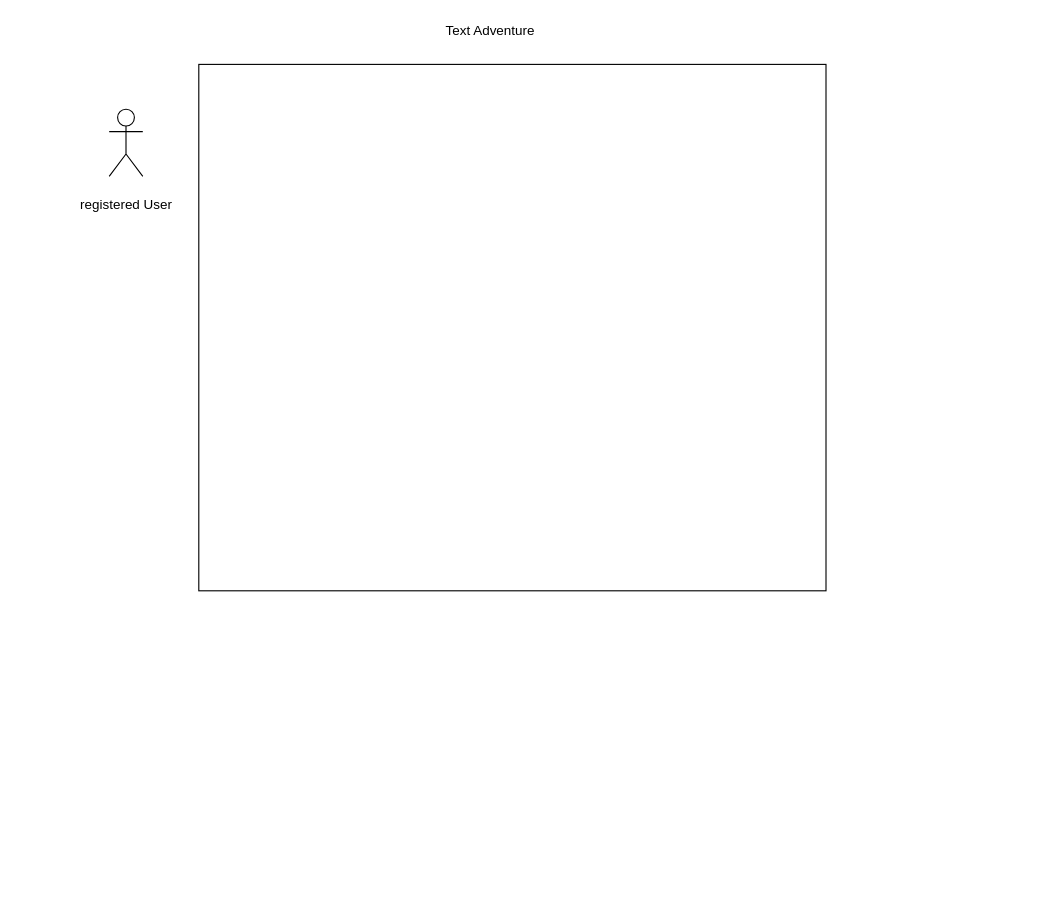
Above: TextAdventureUseCase.drawio in sailerco/SoftwareDesign (draw.io), before the change. Source tidied: cells renumbered, new cells numbered last; positions are measured from the earlier drawing's top-left corner, leaving out a move shared by most shapes. Both pictures are drawn from the tidied source at 112%, with x=0, y=0 at pixel (109, 19).
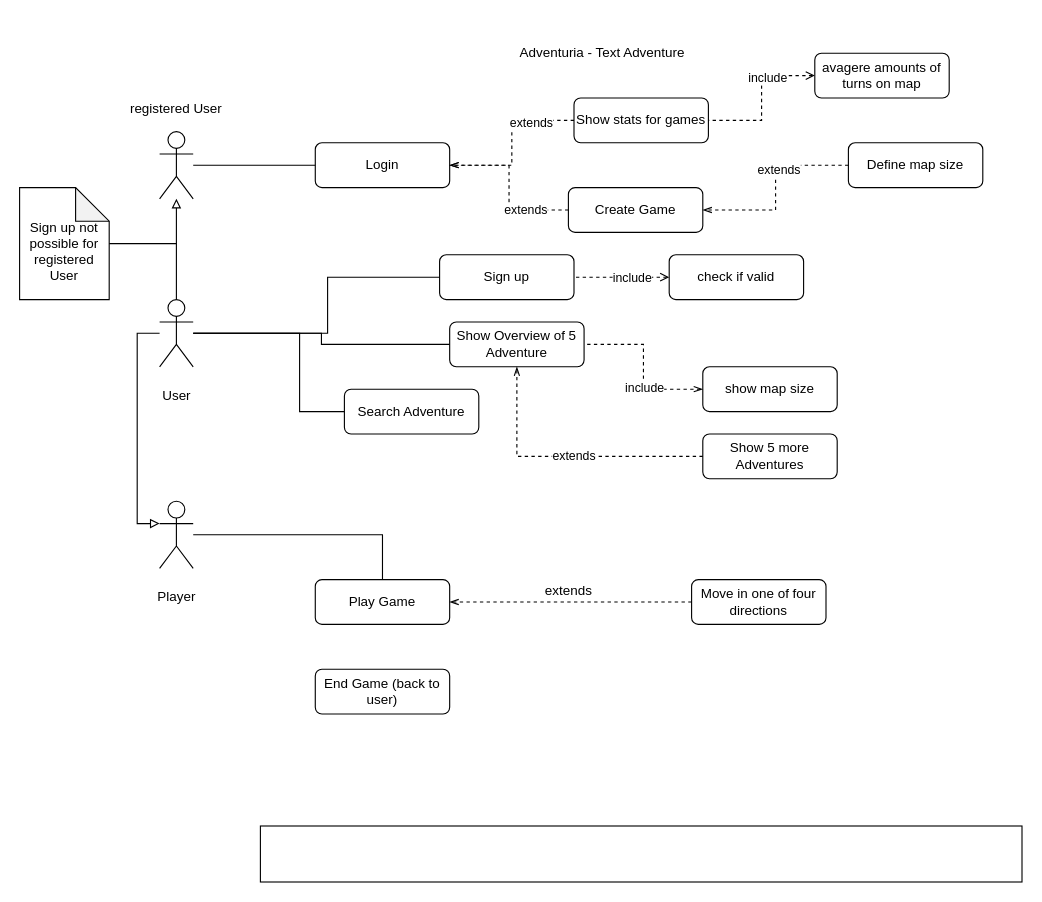
The same diagram, later.

Change to the diagram source:
```diff
@@
+    <mxCell id="5" style="edgeStyle=orthogonalEdgeStyle;rounded=0;jettySize=auto;html=1;entryX=0;entryY=0.5;entryDx=0;entryDy=0;endArrow=none;endFill=0;" parent="1" edge="1" source="2" target="15">
+      <mxGeometry relative="1" as="geometry" />
+    </mxCell>
-    <mxCell id="2" value="&lt;p&gt;registered User&lt;/p&gt;" style="shape=umlActor;verticalLabelPosition=bottom;verticalAlign=top;html=1;outlineConnect=0;" parent="1" vertex="1">
-      <mxGeometry y="80" width="30" height="60" as="geometry" />
+    <mxCell id="2" value="&lt;p&gt;&lt;br&gt;&lt;/p&gt;" style="shape=umlActor;verticalLabelPosition=bottom;verticalAlign=top;html=1;outlineConnect=0;" parent="1" vertex="1">
+      <mxGeometry x="45" y="100" width="30" height="60" as="geometry" />
     </mxCell>
     <mxCell id="3" style="rounded=0;whiteSpace=wrap;html=1;fillColor=none;" parent="1" vertex="1">
-      <mxGeometry x="80" y="40" width="560" height="470" as="geometry" />
+      <mxGeometry x="135" y="720" width="680" height="50" as="geometry" />
     </mxCell>
-    <mxCell id="4" value="Text Adventure" style="text;html=1;align=center;verticalAlign=middle;strokeColor=none;" parent="1" vertex="1">
-      <mxGeometry x="295" width="90" height="20" as="geometry" />
+    <mxCell id="4" value="Adventuria - Text Adventure" style="text;html=1;align=center;verticalAlign=middle;strokeColor=none;" parent="1" vertex="1">
+      <mxGeometry x="360" y="20" width="160" height="20" as="geometry" />
     </mxCell>
+    <mxCell id="6" style="edgeStyle=orthogonalEdgeStyle;rounded=0;jettySize=auto;html=1;endArrow=block;endFill=0;" parent="1" edge="1" source="11" target="2">
+      <mxGeometry relative="1" as="geometry" />
+    </mxCell>
+    <mxCell id="7" style="edgeStyle=orthogonalEdgeStyle;rounded=0;jettySize=auto;html=1;endArrow=block;endFill=0;entryX=0;entryY=0.3333333333333333;entryDx=0;entryDy=0;entryPerimeter=0;" parent="1" edge="1" source="11" target="13">
+      <mxGeometry relative="1" as="geometry">
+        <Array as="points">
+          <mxPoint x="25" y="280" />
+          <mxPoint x="25" y="450" />
+        </Array>
+      </mxGeometry>
+    </mxCell>
+    <mxCell id="8" style="edgeStyle=orthogonalEdgeStyle;rounded=0;jettySize=auto;html=1;endArrow=none;endFill=0;" parent="1" edge="1" source="11" target="20">
+      <mxGeometry relative="1" as="geometry">
+        <Array as="points">
+          <mxPoint x="195" y="280" />
+          <mxPoint x="195" y="230" />
+        </Array>
+      </mxGeometry>
+    </mxCell>
+    <mxCell id="9" style="edgeStyle=orthogonalEdgeStyle;rounded=0;jettySize=auto;html=1;endArrow=none;endFill=0;" parent="1" edge="1" target="21">
+      <mxGeometry relative="1" as="geometry">
+        <mxPoint x="75" y="280" as="sourcePoint" />
+        <Array as="points">
+          <mxPoint x="170" y="280" />
+          <mxPoint x="170" y="350" />
+        </Array>
+      </mxGeometry>
+    </mxCell>
+    <mxCell id="10" style="edgeStyle=orthogonalEdgeStyle;rounded=0;jettySize=auto;html=1;entryX=0;entryY=0.5;entryDx=0;entryDy=0;endArrow=none;endFill=0;" parent="1" edge="1" source="11" target="22">
+      <mxGeometry relative="1" as="geometry" />
+    </mxCell>
+    <mxCell id="11" value="&lt;p&gt;User&lt;/p&gt;" style="shape=umlActor;verticalLabelPosition=bottom;verticalAlign=top;html=1;outlineConnect=0;" parent="1" vertex="1">
+      <mxGeometry x="45" y="250" width="30" height="60" as="geometry" />
+    </mxCell>
+    <mxCell id="12" style="edgeStyle=orthogonalEdgeStyle;rounded=0;jettySize=auto;html=1;endArrow=none;endFill=0;" parent="1" edge="1" source="13" target="16">
+      <mxGeometry relative="1" as="geometry" />
+    </mxCell>
+    <mxCell id="13" value="&lt;p&gt;Player&lt;/p&gt;" style="shape=umlActor;verticalLabelPosition=bottom;verticalAlign=top;html=1;outlineConnect=0;" parent="1" vertex="1">
+      <mxGeometry x="45" y="430" width="30" height="60" as="geometry" />
+    </mxCell>
+    <mxCell id="14" value="registered User" style="text;html=1;strokeColor=none;fillColor=none;align=center;verticalAlign=middle;whiteSpace=wrap;rounded=0;" parent="1" vertex="1">
+      <mxGeometry x="10" y="70" width="100" height="20" as="geometry" />
+    </mxCell>
+    <mxCell id="15" value="Login" style="rounded=1;whiteSpace=wrap;html=1;fillColor=none;" parent="1" vertex="1">
+      <mxGeometry x="184" y="110" width="120" height="40" as="geometry" />
+    </mxCell>
+    <mxCell id="16" value="Play Game" style="rounded=1;whiteSpace=wrap;html=1;fillColor=none;" parent="1" vertex="1">
+      <mxGeometry x="184" y="500" width="120" height="40" as="geometry" />
+    </mxCell>
+    <mxCell id="17" style="edgeStyle=orthogonalEdgeStyle;rounded=0;jettySize=auto;html=1;entryX=1;entryY=0.5;entryDx=0;entryDy=0;dashed=1;startArrow=none;startFill=0;endArrow=openThin;endFill=0;" parent="1" edge="1" source="19" target="15">
+      <mxGeometry relative="1" as="geometry" />
+    </mxCell>
+    <mxCell id="18" value="extends" style="edgeLabel;html=1;align=center;verticalAlign=middle;" parent="17" vertex="1">
+      <mxGeometry x="-0.49" y="1" relative="1" as="geometry" />
+    </mxCell>
+    <mxCell id="19" value="Show stats for games" style="rounded=1;whiteSpace=wrap;html=1;fillColor=none;" parent="1" vertex="1">
+      <mxGeometry x="415" y="70" width="120" height="40" as="geometry" />
+    </mxCell>
+    <mxCell id="20" value="Sign up" style="rounded=1;whiteSpace=wrap;html=1;fillColor=none;" parent="1" vertex="1">
+      <mxGeometry x="295" y="210" width="120" height="40" as="geometry" />
+    </mxCell>
+    <mxCell id="21" value="Search Adventure" style="rounded=1;whiteSpace=wrap;html=1;fillColor=none;" parent="1" vertex="1">
+      <mxGeometry x="210" y="330" width="120" height="40" as="geometry" />
+    </mxCell>
+    <mxCell id="22" value="Show Overview of 5 Adventure" style="rounded=1;whiteSpace=wrap;html=1;fillColor=none;" parent="1" vertex="1">
+      <mxGeometry x="304" y="270" width="120" height="40" as="geometry" />
+    </mxCell>
+    <mxCell id="23" style="edgeStyle=orthogonalEdgeStyle;rounded=0;jettySize=auto;html=1;endArrow=none;endFill=0;" parent="1" edge="1" source="24">
+      <mxGeometry relative="1" as="geometry">
+        <mxPoint x="60" y="200" as="targetPoint" />
+      </mxGeometry>
+    </mxCell>
+    <mxCell id="24" value="&lt;br&gt;Sign up not possible for registered User" style="shape=note;whiteSpace=wrap;html=1;backgroundOutline=1;darkOpacity=0.05;fillColor=none;" parent="1" vertex="1">
+      <mxGeometry x="-80" y="150" width="80" height="100" as="geometry" />
+    </mxCell>
+    <mxCell id="25" style="edgeStyle=orthogonalEdgeStyle;rounded=0;jettySize=auto;html=1;entryX=1;entryY=0.5;entryDx=0;entryDy=0;endArrow=openThin;endFill=0;dashed=1;startArrow=none;startFill=0;" parent="1" edge="1" source="26" target="16">
+      <mxGeometry relative="1" as="geometry" />
+    </mxCell>
+    <mxCell id="26" value="Move in one of four directions" style="rounded=1;whiteSpace=wrap;html=1;fillColor=none;" parent="1" vertex="1">
+      <mxGeometry x="520" y="500" width="120" height="40" as="geometry" />
+    </mxCell>
+    <mxCell id="27" value="extends" style="text;html=1;align=center;verticalAlign=middle;strokeColor=none;" parent="1" vertex="1">
+      <mxGeometry x="380" y="500" width="60" height="20" as="geometry" />
+    </mxCell>
+    <mxCell id="28" style="edgeStyle=orthogonalEdgeStyle;rounded=0;jettySize=auto;html=1;entryX=1;entryY=0.5;entryDx=0;entryDy=0;dashed=1;startArrow=openThin;startFill=0;endArrow=none;endFill=0;" parent="1" edge="1" source="30" target="22">
+      <mxGeometry relative="1" as="geometry" />
+    </mxCell>
+    <mxCell id="29" value="include" style="edgeLabel;html=1;align=center;verticalAlign=middle;" parent="28" vertex="1">
+      <mxGeometry x="-0.25" y="-1" relative="1" as="geometry">
+        <mxPoint x="-1" as="offset" />
+      </mxGeometry>
+    </mxCell>
+    <mxCell id="30" value="show map size" style="rounded=1;whiteSpace=wrap;html=1;fillColor=none;" parent="1" vertex="1">
+      <mxGeometry x="530" y="310" width="120" height="40" as="geometry" />
+    </mxCell>
+    <mxCell id="31" value="End Game (back to user)" style="rounded=1;whiteSpace=wrap;html=1;fillColor=none;" parent="1" vertex="1">
+      <mxGeometry x="184" y="580" width="120" height="40" as="geometry" />
+    </mxCell>
+    <mxCell id="32" style="edgeStyle=orthogonalEdgeStyle;rounded=0;jettySize=auto;html=1;entryX=1;entryY=0.5;entryDx=0;entryDy=0;dashed=1;startArrow=none;startFill=0;endArrow=openThin;endFill=0;" parent="1" edge="1" source="34" target="15">
+      <mxGeometry relative="1" as="geometry" />
+    </mxCell>
+    <mxCell id="33" value="extends" style="edgeLabel;html=1;align=center;verticalAlign=middle;" parent="32" vertex="1">
+      <mxGeometry x="-0.46" y="-1" relative="1" as="geometry" />
+    </mxCell>
+    <mxCell id="34" value="Create Game" style="rounded=1;whiteSpace=wrap;html=1;fillColor=none;" parent="1" vertex="1">
+      <mxGeometry x="410" y="150" width="120" height="40" as="geometry" />
+    </mxCell>
+    <mxCell id="35" style="edgeStyle=orthogonalEdgeStyle;rounded=0;jettySize=auto;html=1;entryX=1;entryY=0.5;entryDx=0;entryDy=0;dashed=1;startArrow=open;startFill=0;endArrow=none;endFill=0;" parent="1" edge="1" source="37" target="20">
+      <mxGeometry relative="1" as="geometry" />
+    </mxCell>
+    <mxCell id="36" value="include" style="edgeLabel;html=1;align=center;verticalAlign=middle;" parent="35" vertex="1">
+      <mxGeometry x="-0.21" relative="1" as="geometry" />
+    </mxCell>
+    <mxCell id="37" value="check if valid" style="rounded=1;whiteSpace=wrap;html=1;fillColor=none;" parent="1" vertex="1">
+      <mxGeometry x="500" y="210" width="120" height="40" as="geometry" />
+    </mxCell>
+    <mxCell id="38" style="edgeStyle=orthogonalEdgeStyle;rounded=0;jettySize=auto;html=1;entryX=0.5;entryY=1;entryDx=0;entryDy=0;dashed=1;startArrow=none;startFill=0;endArrow=openThin;endFill=0;" parent="1" edge="1" source="40" target="22">
+      <mxGeometry relative="1" as="geometry" />
+    </mxCell>
+    <mxCell id="39" value="extends" style="edgeLabel;html=1;align=center;verticalAlign=middle;" parent="38" vertex="1">
+      <mxGeometry x="-0.06" y="-1" relative="1" as="geometry" />
+    </mxCell>
+    <mxCell id="40" value="Show 5 more Adventures" style="rounded=1;whiteSpace=wrap;html=1;fillColor=none;" parent="1" vertex="1">
+      <mxGeometry x="530" y="370" width="120" height="40" as="geometry" />
+    </mxCell>
+    <mxCell id="41" style="edgeStyle=orthogonalEdgeStyle;rounded=0;jettySize=auto;html=1;entryX=1;entryY=0.5;entryDx=0;entryDy=0;dashed=1;startArrow=none;startFill=0;endArrow=openThin;endFill=0;" parent="1" edge="1" source="43" target="34">
+      <mxGeometry relative="1" as="geometry" />
+    </mxCell>
+    <mxCell id="42" value="extends" style="edgeLabel;html=1;align=center;verticalAlign=middle;" parent="41" vertex="1">
+      <mxGeometry x="-0.2" y="2" relative="1" as="geometry" />
+    </mxCell>
+    <mxCell id="43" value="Define map size" style="rounded=1;whiteSpace=wrap;html=1;fillColor=none;" parent="1" vertex="1">
+      <mxGeometry x="660" y="110" width="120" height="40" as="geometry" />
+    </mxCell>
+    <mxCell id="44" style="edgeStyle=orthogonalEdgeStyle;rounded=0;jettySize=auto;html=1;dashed=1;startArrow=open;startFill=0;endArrow=none;endFill=0;" parent="1" edge="1" source="46" target="19">
+      <mxGeometry relative="1" as="geometry" />
+    </mxCell>
+    <mxCell id="45" value="include" style="edgeLabel;html=1;align=center;verticalAlign=middle;" parent="44" vertex="1">
+      <mxGeometry x="-0.37" y="1" relative="1" as="geometry" />
+    </mxCell>
+    <mxCell id="46" value="avagere amounts of turns on map" style="rounded=1;whiteSpace=wrap;html=1;fillColor=none;" parent="1" vertex="1">
+      <mxGeometry x="630" y="30" width="120" height="40" as="geometry" />
+    </mxCell>
```
